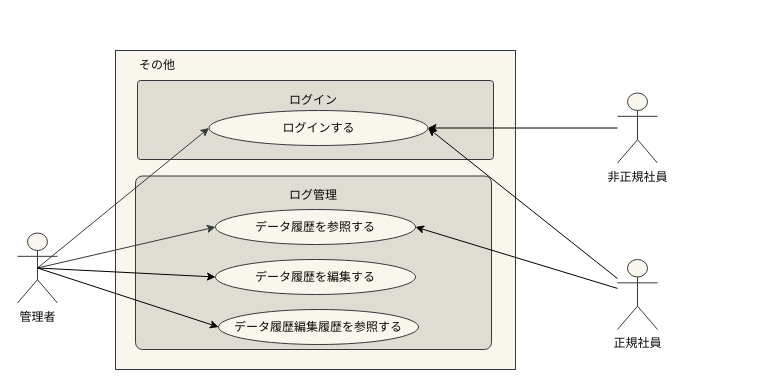
Above: page "ログイン_ユースケース図" (3 of 3) of 各種設計書/2ユースケース図_済/ユースケース図.drawio in HaruShim/Sotuken (draw.io), before the change. Source tidied: cells renumbered, new cells numbered last; positions are measured from the earlier drawing's top-left corner, leaving out a move shared by most shapes. Both pictures are drawn from the tidied source at 100%, with x=0, y=0 at pixel (17, 50).
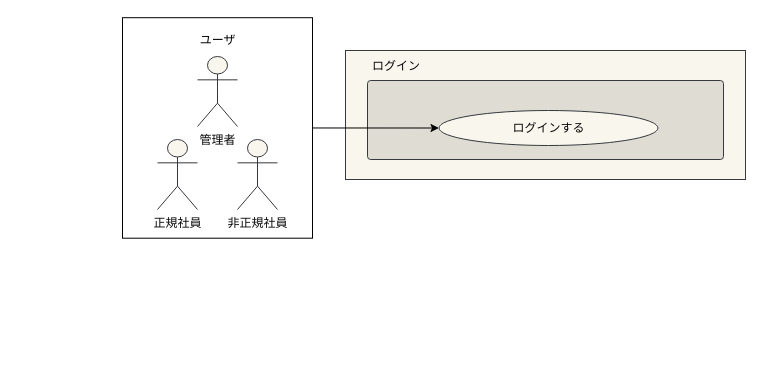
Above is the later version.

The edit, as a diff of the source:
```diff
@@
+    <mxCell id="22" style="rounded=0;whiteSpace=wrap;html=1;" parent="1" vertex="1">
+      <mxGeometry x="105" y="-32.8" width="190" height="220.5" as="geometry" />
+    </mxCell>
     <mxCell id="2" style="rounded=0;whiteSpace=wrap;html=1;strokeColor=#36393d;fillColor=#f9f7ed;fontColor=#080808;" parent="1" vertex="1">
-      <mxGeometry x="98" width="400" height="319" as="geometry" />
+      <mxGeometry x="328" width="400" height="129" as="geometry" />
     </mxCell>
-    <mxCell id="3" style="rounded=1;whiteSpace=wrap;html=1;arcSize=4;strokeColor=#36393d;fillColor=#DEDCD3;fontColor=#080808;" parent="1" vertex="1">
-      <mxGeometry x="118" y="125.5" width="356" height="173.5" as="geometry" />
-    </mxCell>
     <mxCell id="4" value="管理者" style="shape=umlActor;verticalLabelPosition=bottom;verticalAlign=top;html=1;outlineConnect=0;strokeColor=#36393d;fillColor=#f9f7ed;fontColor=#080808;" parent="1" vertex="1">
-      <mxGeometry y="182.5" width="40" height="70" as="geometry" />
+      <mxGeometry x="180" y="6" width="40" height="70" as="geometry" />
     </mxCell>
     <mxCell id="5" style="rounded=1;whiteSpace=wrap;html=1;arcSize=4;strokeColor=#36393d;fillColor=#DEDCD3;fontColor=#080808;" parent="1" vertex="1">
-      <mxGeometry x="120" y="30" width="356" height="79" as="geometry" />
+      <mxGeometry x="350" y="30" width="356" height="79" as="geometry" />
     </mxCell>
-    <mxCell id="6" value="その他" style="text;html=1;strokeColor=none;fillColor=none;align=center;verticalAlign=middle;whiteSpace=wrap;rounded=0;fontColor=#080808;" parent="1" vertex="1">
-      <mxGeometry x="100" width="80" height="30" as="geometry" />
-    </mxCell>
     <mxCell id="7" value="ログインする" style="ellipse;whiteSpace=wrap;html=1;strokeColor=#36393d;fillColor=#f9f7ed;fontColor=#080808;" parent="1" vertex="1">
-      <mxGeometry x="191.5" y="60" width="219" height="35" as="geometry" />
+      <mxGeometry x="421.5" y="60" width="219" height="35" as="geometry" />
     </mxCell>
-    <mxCell id="8" value="データ履歴を参照する" style="ellipse;whiteSpace=wrap;html=1;strokeColor=#36393d;fillColor=#f9f7ed;fontColor=#080808;" parent="1" vertex="1">
-      <mxGeometry x="198" y="159" width="200" height="35" as="geometry" />
-    </mxCell>
-    <mxCell id="9" style="endArrow=classic;html=1;rounded=0;exitX=0.5;exitY=0.5;exitDx=0;exitDy=0;exitPerimeter=0;entryX=0;entryY=0.5;entryDx=0;entryDy=0;strokeColor=#36393d;fillColor=#f9f7ed;fontColor=#080808;" parent="1" edge="1" source="4" target="7">
-      <mxGeometry relative="1" as="geometry" />
-    </mxCell>
-    <mxCell id="10" style="endArrow=classic;html=1;rounded=0;exitX=0.5;exitY=0.5;exitDx=0;exitDy=0;exitPerimeter=0;entryX=0;entryY=0.5;entryDx=0;entryDy=0;strokeColor=#36393d;fillColor=#f9f7ed;fontColor=#080808;" parent="1" edge="1" source="4" target="8">
-      <mxGeometry relative="1" as="geometry" />
-    </mxCell>
     <mxCell id="11" value="ログイン" style="text;html=1;strokeColor=none;fillColor=none;align=center;verticalAlign=middle;whiteSpace=wrap;rounded=0;fontColor=#080808;" parent="1" vertex="1">
-      <mxGeometry x="122" y="40" width="348" height="20" as="geometry" />
+      <mxGeometry x="310" y="6" width="138" height="20" as="geometry" />
     </mxCell>
-    <mxCell id="12" value="データ履歴を編集する" style="ellipse;whiteSpace=wrap;html=1;strokeColor=#36393d;fillColor=#f9f7ed;fontColor=#080808;" parent="1" vertex="1">
-      <mxGeometry x="198" y="209" width="200" height="35" as="geometry" />
-    </mxCell>
-    <mxCell id="13" style="endArrow=classic;html=1;rounded=0;exitX=0.5;exitY=0.5;exitDx=0;exitDy=0;exitPerimeter=0;entryX=0;entryY=0.5;entryDx=0;entryDy=0;" parent="1" edge="1" source="4" target="12">
-      <mxGeometry relative="1" as="geometry" />
-    </mxCell>
-    <mxCell id="14" value="ログ管理" style="text;html=1;strokeColor=none;fillColor=none;align=center;verticalAlign=middle;whiteSpace=wrap;rounded=0;fontColor=#080808;" parent="1" vertex="1">
-      <mxGeometry x="122" y="135" width="348" height="20" as="geometry" />
-    </mxCell>
-    <mxCell id="15" style="rounded=0;jettySize=auto;html=1;entryX=1;entryY=0.5;entryDx=0;entryDy=0;" parent="1" edge="1" source="16" target="7">
-      <mxGeometry relative="1" as="geometry" />
-    </mxCell>
+    <mxCell id="21" value="正規社員" style="shape=umlActor;verticalLabelPosition=bottom;verticalAlign=top;html=1;outlineConnect=0;strokeColor=#36393d;fillColor=#f9f7ed;fontColor=#080808;" parent="1" vertex="1">
+      <mxGeometry x="140" y="89" width="40" height="70" as="geometry" />
+    </mxCell>
     <mxCell id="16" value="非正規社員" style="shape=umlActor;verticalLabelPosition=bottom;verticalAlign=top;html=1;outlineConnect=0;strokeColor=#36393d;fillColor=#f9f7ed;fontColor=#080808;" parent="1" vertex="1">
-      <mxGeometry x="600" y="42.5" width="40" height="70" as="geometry" />
+      <mxGeometry x="220" y="89" width="40" height="70" as="geometry" />
     </mxCell>
-    <mxCell id="17" value="データ履歴編集履歴を参照する" style="ellipse;whiteSpace=wrap;html=1;strokeColor=#36393d;fillColor=#f9f7ed;fontColor=#080808;" parent="1" vertex="1">
-      <mxGeometry x="201" y="259" width="200" height="35" as="geometry" />
-    </mxCell>
-    <mxCell id="18" style="endArrow=classic;html=1;rounded=0;exitX=0.5;exitY=0.5;exitDx=0;exitDy=0;exitPerimeter=0;entryX=0;entryY=0.5;entryDx=0;entryDy=0;" parent="1" edge="1" source="4" target="17">
-      <mxGeometry relative="1" as="geometry" />
-    </mxCell>
-    <mxCell id="19" style="edgeStyle=none;rounded=0;jettySize=auto;html=1;entryX=1;entryY=0.5;entryDx=0;entryDy=0;" parent="1" edge="1" source="21" target="7">
-      <mxGeometry relative="1" as="geometry" />
-    </mxCell>
-    <mxCell id="20" style="edgeStyle=none;rounded=0;jettySize=auto;html=1;entryX=1;entryY=0.5;entryDx=0;entryDy=0;" parent="1" edge="1" source="21" target="8">
-      <mxGeometry relative="1" as="geometry" />
-    </mxCell>
-    <mxCell id="21" value="正規社員" style="shape=umlActor;verticalLabelPosition=bottom;verticalAlign=top;html=1;outlineConnect=0;strokeColor=#36393d;fillColor=#f9f7ed;fontColor=#080808;" parent="1" vertex="1">
-      <mxGeometry x="600" y="209" width="40" height="70" as="geometry" />
-    </mxCell>
+    <mxCell id="23" style="rounded=0;jettySize=auto;html=1;entryX=0;entryY=0.5;entryDx=0;entryDy=0;" parent="1" edge="1" source="22" target="7">
+      <mxGeometry relative="1" as="geometry" />
+    </mxCell>
+    <mxCell id="24" value="ユーザ" style="text;html=1;align=center;verticalAlign=middle;strokeColor=none;" parent="1" vertex="1">
+      <mxGeometry x="175" y="-20" width="50" height="20" as="geometry" />
+    </mxCell>
```
